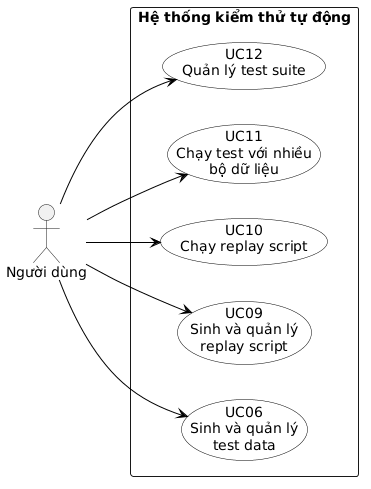
Before: images/usecase/usecase_replay_data_suite.png, a diagram exported from PlantUML (NguyenHung1207/thesis-report).
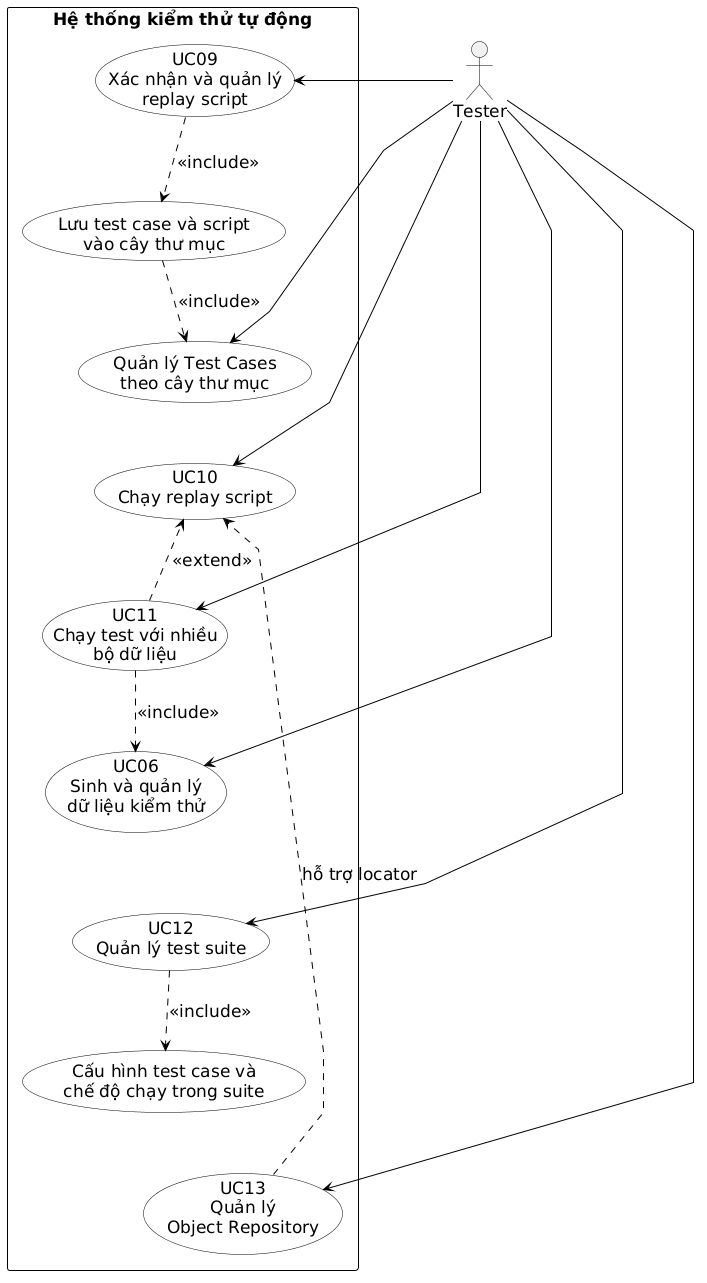
After the change.

The edit, as a diff of the source:
```diff
@@ -1,31 +1,73 @@
 @startuml
-left to right direction
+
+top to bottom direction
 
 skinparam shadowing false
-skinparam packageStyle rectangle
-skinparam usecase {
-    BackgroundColor white
-    BorderColor black
-    ArrowColor black
-}
+skinparam backgroundColor white
+skinparam defaultFontName Arial
+skinparam defaultFontSize 17
+skinparam linetype polyline
 
-actor "Người dùng" as User
+skinparam ActorBorderColor black
+skinparam ActorFontColor black
 
-rectangle "Hệ thống kiểm thử tự động" {
-    usecase "UC06\nSinh và quản lý\ntest data" as UC06
+skinparam UsecaseBackgroundColor white
+skinparam UsecaseBorderColor black
+skinparam UsecaseFontColor black
 
-    usecase "UC09\nSinh và quản lý\nreplay script" as UC09
+skinparam RectangleBackgroundColor white
+skinparam RectangleBorderColor black
+
+skinparam ArrowColor black
+skinparam ArrowThickness 1
+
+actor "Tester" as Tester
+
+rectangle "**Hệ thống kiểm thử tự động**" as System {
+
+    usecase "UC09\nXác nhận và quản lý\nreplay script" as UC09
+
+    usecase "Lưu test case và script\nvào cây thư mục" as StoreTestCase
+
+    usecase "Quản lý Test Cases\ntheo cây thư mục" as ManageTree
 
     usecase "UC10\nChạy replay script" as UC10
 
     usecase "UC11\nChạy test với nhiều\nbộ dữ liệu" as UC11
 
+    usecase "UC06\nSinh và quản lý\ndữ liệu kiểm thử" as UC06
+
     usecase "UC12\nQuản lý test suite" as UC12
+
+    usecase "Cấu hình test case và\nchế độ chạy trong suite" as ConfigureSuite
+
+    usecase "UC13\nQuản lý\nObject Repository" as UC13
+
+    UC09 -[hidden]down-> StoreTestCase
+    StoreTestCase -[hidden]down-> ManageTree
+    ManageTree -[hidden]down-> UC10
+    UC10 -[hidden]down-> UC11
+    UC11 -[hidden]down-> UC06
+    UC06 -[hidden]down-> UC12
+    UC12 -[hidden]down-> ConfigureSuite
+    ConfigureSuite -[hidden]down-> UC13
 }
 
-User --> UC06
-User --> UC09
-User --> UC10
-User --> UC11
-User --> UC12
+Tester -right-> UC09
+Tester -right-> ManageTree
+Tester -right-> UC10
+Tester -right-> UC11
+Tester -right-> UC06
+Tester -right-> UC12
+Tester -right-> UC13
+
+UC09 ..> StoreTestCase : <<include>>
+StoreTestCase ..> ManageTree : <<include>>
+
+UC11 ..> UC10 : <<extend>>
+UC11 ..> UC06 : <<include>>
+
+UC12 ..> ConfigureSuite : <<include>>
+
+UC13 ..> UC10 : hỗ trợ locator
 @enduml
```
